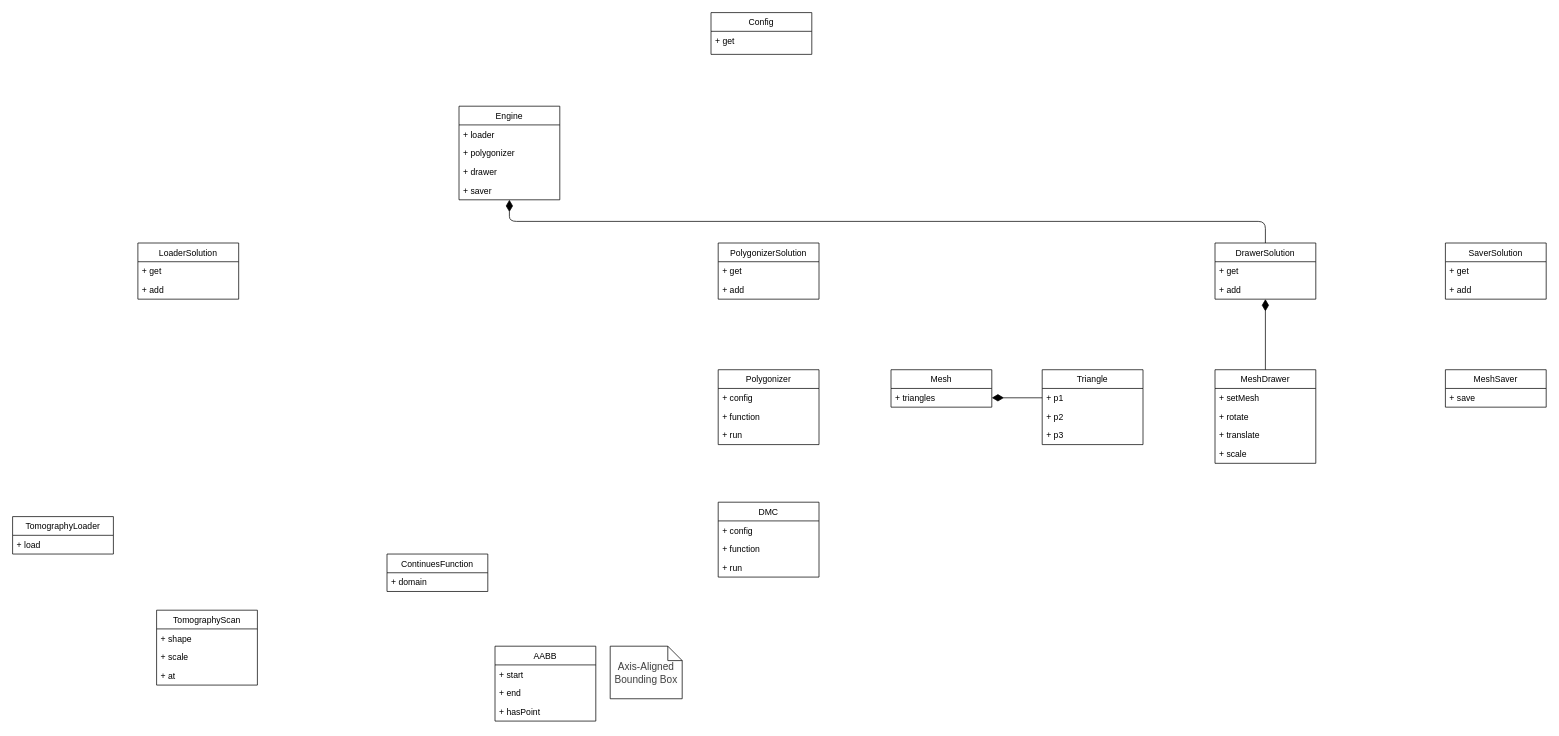
This is uml.drawio from maxhha/bmstu-iu7-cg-cp, a draw.io file, before an edit. Source tidied: cells renumbered, new cells numbered last; positions are measured from the earlier drawing's top-left corner, leaving out a move shared by most shapes. Both pictures are drawn from the tidied source at 72%, with x=0, y=0 at pixel (12, 12).
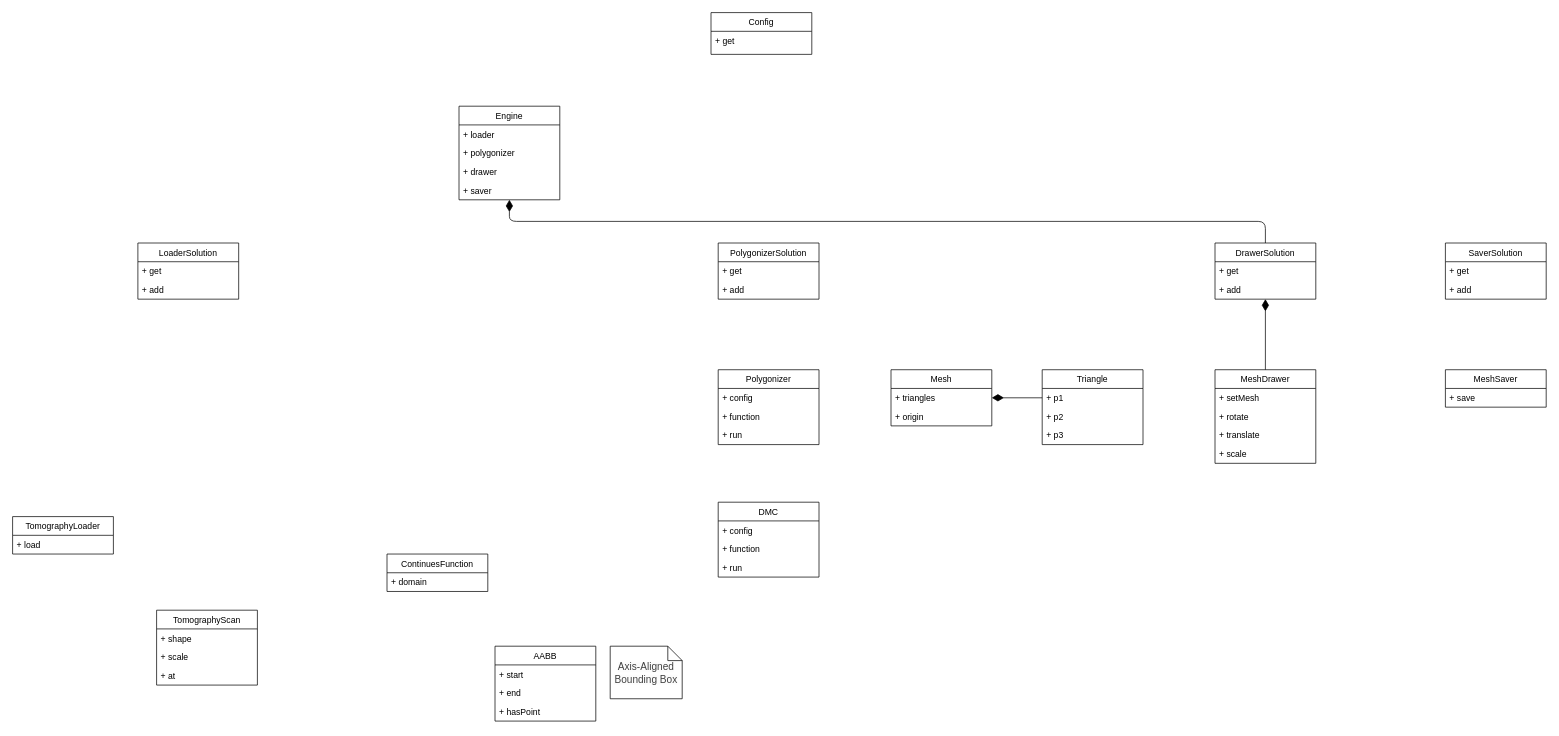
The same page after the edit.

What changed in the source:
```diff
@@
     <mxCell id="14" value="Mesh" style="swimlane;fontStyle=0;horizontal=1;startSize=26;fillColor=none;" parent="1" vertex="1">
-      <mxGeometry x="1220" y="496" width="140" height="52" as="geometry" />
+      <mxGeometry x="1220" y="496" width="140" height="78" as="geometry" />
     </mxCell>
@@
+    <mxCell id="58" value="+ origin" style="text;strokeColor=none;fillColor=none;align=left;verticalAlign=top;spacingLeft=4;spacingRight=4;overflow=hidden;" parent="14" vertex="1">
+      <mxGeometry y="52" width="140" height="26" as="geometry" />
+    </mxCell>
```
